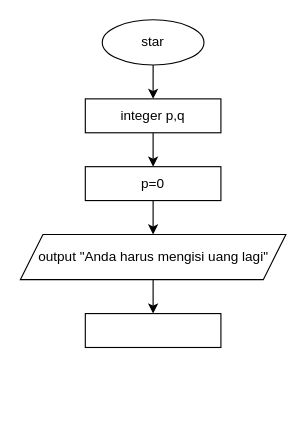
Earlier version of the draw.io diagram flowchart.drawio (maulliidda/Maulida-Yosi-Hamidah-Vending-Machine-MYH). Source tidied: cells renumbered, new cells numbered last; positions are measured from the earlier drawing's top-left corner, leaving out a move shared by most shapes. Both pictures are drawn from the tidied source at 113%, with x=0, y=0 at pixel (20, 19).
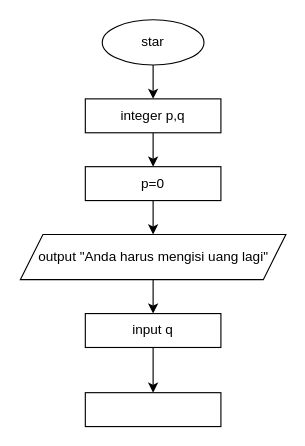
The same diagram, later.

Commit message:
Make proses with p=p+q for output

Diff of the diagram source:
```diff
@@
 <mxGraphModel>
   <root>
     <mxCell id="0" />
     <mxCell id="1" parent="0" />
     <mxCell id="2" style="edgeStyle=none;html=1;" parent="1" edge="1" source="3" target="5">
       <mxGeometry relative="1" as="geometry" />
     </mxCell>
     <mxCell id="3" value="star" style="ellipse;whiteSpace=wrap;html=1;" parent="1" vertex="1">
       <mxGeometry x="72" width="90" height="40" as="geometry" />
     </mxCell>
     <mxCell id="4" style="edgeStyle=none;html=1;" parent="1" edge="1" source="5" target="7">
       <mxGeometry relative="1" as="geometry" />
     </mxCell>
     <mxCell id="5" value="integer p,q" style="whiteSpace=wrap;html=1;" parent="1" vertex="1">
       <mxGeometry x="57" y="70" width="120" height="30" as="geometry" />
     </mxCell>
     <mxCell id="6" style="edgeStyle=none;html=1;" parent="1" edge="1" source="7" target="9">
       <mxGeometry relative="1" as="geometry" />
     </mxCell>
     <mxCell id="7" value="p=0" style="whiteSpace=wrap;html=1;" parent="1" vertex="1">
       <mxGeometry x="57" y="130" width="120" height="30" as="geometry" />
     </mxCell>
     <mxCell id="8" style="edgeStyle=none;html=1;" parent="1" edge="1" source="9" target="10">
       <mxGeometry relative="1" as="geometry" />
     </mxCell>
     <mxCell id="9" value="output &quot;Anda harus mengisi uang lagi&quot;" style="shape=parallelogram;perimeter=parallelogramPerimeter;whiteSpace=wrap;html=1;fixedSize=1;" parent="1" vertex="1">
       <mxGeometry x="-0.5" y="190" width="235" height="40" as="geometry" />
     </mxCell>
+    <mxCell id="11" style="edgeStyle=none;html=1;" parent="1" edge="1" source="10" target="12">
+      <mxGeometry relative="1" as="geometry" />
+    </mxCell>
-    <mxCell id="10" style="whiteSpace=wrap;html=1;" parent="1" vertex="1">
+    <mxCell id="10" value="input q" style="whiteSpace=wrap;html=1;" parent="1" vertex="1">
       <mxGeometry x="57" y="260" width="120" height="30" as="geometry" />
     </mxCell>
+    <mxCell id="12" style="whiteSpace=wrap;html=1;" parent="1" vertex="1">
+      <mxGeometry x="57" y="330" width="120" height="30" as="geometry" />
+    </mxCell>
   </root>
 </mxGraphModel>
```
